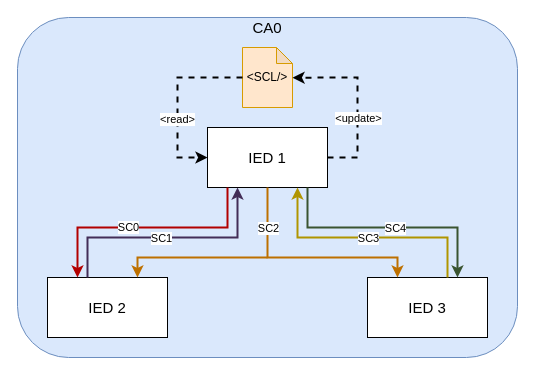
This is MACsec_documents/drawio_files/TestSetupIEDs.drawio from LFuereder/rpi_linux_macsec, a draw.io file, before an edit. Source tidied: cells renumbered, new cells numbered last; positions are measured from the earlier drawing's top-left corner, leaving out a move shared by most shapes. Both pictures are drawn from the tidied source at 100%, with x=0, y=0 at pixel (17, 17).
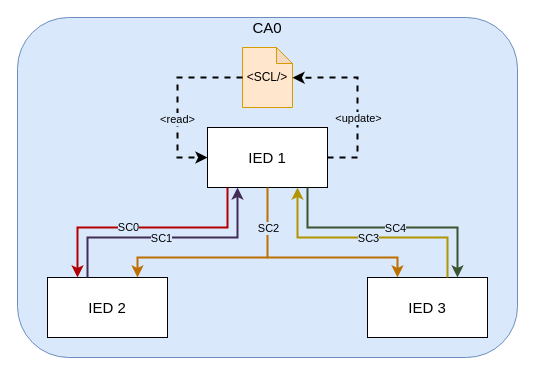
The same page after the edit.

Unchanged cells that the change refers to:
```xml
<mxCell id="5" style="endArrow=classic;html=1;rounded=0;exitX=1;exitY=0.5;exitDx=0;exitDy=0;entryX=1.001;entryY=0.503;entryDx=0;entryDy=0;entryPerimeter=0;strokeWidth=2;dashed=1;" parent="1" edge="1" source="3" target="4">
  <mxGeometry relative="1" as="geometry">
    <Array as="points">
      <mxPoint x="340" y="140" />
      <mxPoint x="340" y="60" />
    </Array>
  </mxGeometry>
</mxCell>
<mxCell id="7" style="endArrow=classic;html=1;rounded=0;entryX=0;entryY=0.5;entryDx=0;entryDy=0;strokeWidth=2;dashed=1;" parent="1" edge="1" target="3">
  <mxGeometry relative="1" as="geometry">
    <mxPoint x="225" y="60" as="sourcePoint" />
    <Array as="points">
      <mxPoint x="160" y="60" />
      <mxPoint x="160" y="140" />
    </Array>
  </mxGeometry>
</mxCell>
<mxCell id="11" style="endArrow=classic;html=1;rounded=0;fillColor=#e51400;strokeColor=#B20000;strokeWidth=2;" parent="1" edge="1">
  <mxGeometry relative="1" as="geometry">
    <mxPoint x="210" y="170" as="sourcePoint" />
    <mxPoint x="60" y="260" as="targetPoint" />
    <Array as="points">
      <mxPoint x="210" y="210" />
      <mxPoint x="60" y="210" />
    </Array>
  </mxGeometry>
</mxCell>
<mxCell id="13" style="endArrow=none;html=1;rounded=0;endFill=0;startArrow=classic;startFill=1;fillColor=#76608a;strokeColor=#432D57;strokeWidth=2;" parent="1" edge="1">
  <mxGeometry relative="1" as="geometry">
    <mxPoint x="220" y="170" as="sourcePoint" />
    <mxPoint x="70" y="260" as="targetPoint" />
    <Array as="points">
      <mxPoint x="220" y="220" />
      <mxPoint x="70" y="220" />
    </Array>
  </mxGeometry>
</mxCell>
<mxCell id="15" style="endArrow=classic;html=1;rounded=0;fillColor=#f0a30a;strokeColor=#BD7000;strokeWidth=2;" parent="1" edge="1">
  <mxGeometry relative="1" as="geometry">
    <mxPoint x="250" y="170" as="sourcePoint" />
    <mxPoint x="380" y="260" as="targetPoint" />
    <Array as="points">
      <mxPoint x="250" y="240" />
      <mxPoint x="380" y="240" />
    </Array>
  </mxGeometry>
</mxCell>
<mxCell id="18" style="endArrow=classic;html=1;rounded=0;fillColor=#e3c800;strokeColor=#B09500;strokeWidth=2;" parent="1" edge="1">
  <mxGeometry relative="1" as="geometry">
    <mxPoint x="430" y="260" as="sourcePoint" />
    <mxPoint x="280" y="170" as="targetPoint" />
    <Array as="points">
      <mxPoint x="430" y="220" />
      <mxPoint x="280" y="220" />
    </Array>
  </mxGeometry>
</mxCell>
<mxCell id="20" style="endArrow=none;html=1;rounded=0;endFill=0;startArrow=classic;startFill=1;fillColor=#6d8764;strokeColor=#3A5431;strokeWidth=2;" parent="1" edge="1">
  <mxGeometry relative="1" as="geometry">
    <mxPoint x="440" y="260" as="sourcePoint" />
    <mxPoint x="290" y="170" as="targetPoint" />
    <Array as="points">
      <mxPoint x="440" y="210" />
      <mxPoint x="290" y="210" />
    </Array>
  </mxGeometry>
</mxCell>
```

What changed in the source:
```diff
@@
-    <mxCell id="6" value="&amp;lt;update&amp;gt;" style="edgeLabel;html=1;align=center;verticalAlign=middle;" parent="5" vertex="1">
+    <mxCell id="6" value="&amp;lt;update&amp;gt;" style="edgeLabel;html=1;align=center;verticalAlign=middle;labelBackgroundColor=#DAE8FC;" parent="5" vertex="1">
       <mxGeometry x="-0.35" relative="1" as="geometry">
         <mxPoint y="-13" as="offset" />
       </mxGeometry>
     </mxCell>
@@
-    <mxCell id="8" value="&amp;lt;read&amp;gt;" style="edgeLabel;html=1;align=center;verticalAlign=middle;" parent="7" vertex="1">
+    <mxCell id="8" value="&amp;lt;read&amp;gt;" style="edgeLabel;html=1;align=center;verticalAlign=middle;labelBackgroundColor=#DAE8FC;" parent="7" vertex="1">
       <mxGeometry x="0.15" y="-1" relative="1" as="geometry">
         <mxPoint y="5" as="offset" />
       </mxGeometry>
     </mxCell>
@@
-    <mxCell id="12" value="SC0" style="edgeLabel;html=1;align=center;verticalAlign=middle;" parent="11" vertex="1">
+    <mxCell id="12" value="SC0" style="edgeLabel;html=1;align=center;verticalAlign=middle;labelBackgroundColor=#DAE8FC;" parent="11" vertex="1">
       <mxGeometry y="-1" relative="1" as="geometry">
         <mxPoint x="-20" as="offset" />
       </mxGeometry>
     </mxCell>
@@
-    <mxCell id="14" value="SC1" style="edgeLabel;html=1;align=center;verticalAlign=middle;" parent="13" vertex="1">
+    <mxCell id="14" value="SC1" style="edgeLabel;html=1;align=center;verticalAlign=middle;labelBackgroundColor=#DAE8FC;" parent="13" vertex="1">
       <mxGeometry x="0.06" relative="1" as="geometry" />
     </mxCell>
@@
-    <mxCell id="16" value="SC2" style="edgeLabel;html=1;align=center;verticalAlign=middle;" parent="15" vertex="1">
+    <mxCell id="16" value="SC2" style="edgeLabel;html=1;align=center;verticalAlign=middle;labelBackgroundColor=#DAE8FC;" parent="15" vertex="1">
       <mxGeometry x="-0.48" relative="1" as="geometry">
         <mxPoint y="-17" as="offset" />
       </mxGeometry>
     </mxCell>
@@
-    <mxCell id="19" value="SC3" style="edgeLabel;html=1;align=center;verticalAlign=middle;" parent="18" vertex="1">
+    <mxCell id="19" value="SC3" style="edgeLabel;html=1;align=center;verticalAlign=middle;labelBackgroundColor=#DAE8FC;" parent="18" vertex="1">
       <mxGeometry relative="1" as="geometry" />
     </mxCell>
@@
-    <mxCell id="21" value="SC4" style="edgeLabel;html=1;align=center;verticalAlign=middle;" parent="20" vertex="1">
+    <mxCell id="21" value="SC4" style="edgeLabel;html=1;align=center;verticalAlign=middle;labelBackgroundColor=#DAE8FC;" parent="20" vertex="1">
       <mxGeometry x="-0.06" relative="1" as="geometry" />
     </mxCell>
```
